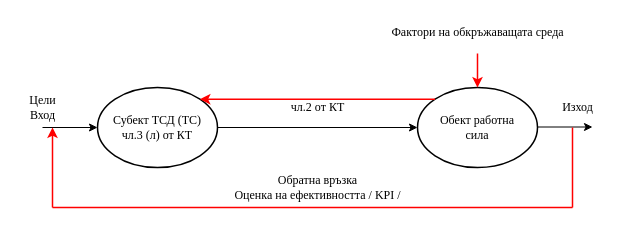
Earlier version of the draw.io diagram page "Фигура 3" (3 of 3) of Untitled Diagram.drawio (entirebg/webserver). Source tidied: cells renumbered, new cells numbered last; positions are measured from the earlier drawing's top-left corner, leaving out a move shared by most shapes. Both pictures are drawn from the tidied source at 100%, with x=0, y=0 at pixel (17, 17).
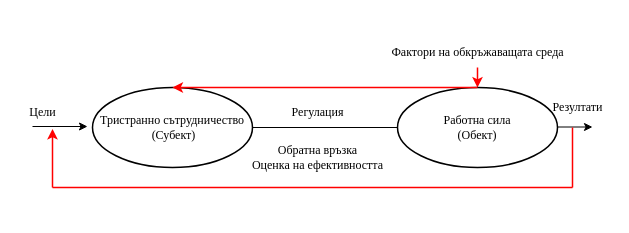
After the change.

Change to the diagram source:
```diff
@@
     <mxCell id="2" value="&lt;div&gt;Фактори на обкръжаващата среда&lt;/div&gt;" style="text;html=1;align=center;verticalAlign=middle;points=[];strokeColor=none;fillColor=none;fontFamily=Times New Roman;" parent="1" vertex="1">
-      <mxGeometry x="360" width="200" height="30" as="geometry" />
+      <mxGeometry x="360" y="20" width="200" height="30" as="geometry" />
     </mxCell>
-    <mxCell id="3" style="edgeStyle=orthogonalEdgeStyle;rounded=0;jettySize=auto;html=1;fontFamily=Times New Roman;" parent="1" edge="1" source="4" target="5">
-      <mxGeometry relative="1" as="geometry" />
+    <mxCell id="3" style="edgeStyle=orthogonalEdgeStyle;rounded=0;jettySize=auto;html=1;fontFamily=Times New Roman;" parent="1" edge="1" source="4">
+      <mxGeometry relative="1" as="geometry">
+        <mxPoint x="400" y="110" as="targetPoint" />
+      </mxGeometry>
     </mxCell>
-    <mxCell id="4" value="&lt;div&gt;Субект ТСД (ТС)&lt;/div&gt;&lt;div&gt;чл.3 (л) от КТ&lt;br&gt;&lt;/div&gt;" style="ellipse;whiteSpace=wrap;html=1;labelBackgroundColor=#ffffff;strokeWidth=1.5;fontFamily=Times New Roman;" parent="1" vertex="1">
-      <mxGeometry x="80" y="70" width="120" height="80" as="geometry" />
+    <mxCell id="4" value="&lt;div&gt;Тристранно сътрудничество&lt;/div&gt;&lt;div&gt;&amp;nbsp;(Субект)&lt;br&gt;&lt;/div&gt;" style="ellipse;whiteSpace=wrap;html=1;labelBackgroundColor=#ffffff;strokeWidth=1.5;fontFamily=Times New Roman;" parent="1" vertex="1">
+      <mxGeometry x="75" y="70" width="160" height="80" as="geometry" />
     </mxCell>
-    <mxCell id="5" value="&lt;div&gt;Обект работна &lt;br&gt;&lt;/div&gt;&lt;div&gt;сила&lt;br&gt;&lt;/div&gt;" style="ellipse;whiteSpace=wrap;html=1;labelBackgroundColor=#ffffff;strokeWidth=1.5;fontFamily=Times New Roman;" parent="1" vertex="1">
-      <mxGeometry x="400" y="70" width="120" height="80" as="geometry" />
-    </mxCell>
-    <mxCell id="6" value="чл.2 от КТ" style="text;html=1;align=center;verticalAlign=middle;strokeColor=none;fillColor=none;fontFamily=Times New Roman;rotation=0;" parent="1" vertex="1">
-      <mxGeometry x="260" y="75" width="80" height="30" as="geometry" />
+    <mxCell id="6" value="Регулация" style="text;html=1;align=center;verticalAlign=middle;strokeColor=none;fillColor=none;fontFamily=Times New Roman;rotation=0;" parent="1" vertex="1">
+      <mxGeometry x="260" y="80" width="80" height="30" as="geometry" />
     </mxCell>
     <mxCell id="7" style="endArrow=classic;html=1;rounded=0;fontFamily=Times New Roman;" parent="1" edge="1">
       <mxGeometry relative="1" as="geometry">
-        <mxPoint x="25" y="110" as="sourcePoint" />
-        <mxPoint x="80" y="110" as="targetPoint" />
+        <mxPoint x="15" y="109" as="sourcePoint" />
+        <mxPoint x="70" y="109" as="targetPoint" />
       </mxGeometry>
     </mxCell>
@@
     <mxCell id="9" style="endArrow=none;html=1;rounded=0;fontFamily=Times New Roman;strokeWidth=1.5;strokeColor=#FF0000;" parent="1" edge="1">
       <mxGeometry relative="1" as="geometry">
-        <mxPoint x="35" y="190" as="sourcePoint" />
-        <mxPoint x="555" y="190" as="targetPoint" />
+        <mxPoint x="35" y="170" as="sourcePoint" />
+        <mxPoint x="555" y="170" as="targetPoint" />
       </mxGeometry>
     </mxCell>
-    <mxCell id="10" value="&lt;div&gt;Обратна връзка&lt;/div&gt;&lt;div&gt;Оценка на ефективността / KPI / &lt;br&gt;&lt;/div&gt;" style="text;html=1;align=center;verticalAlign=middle;strokeColor=none;fillColor=none;fontFamily=Times New Roman;" parent="1" vertex="1">
-      <mxGeometry x="205" y="150" width="190" height="40" as="geometry" />
+    <mxCell id="10" value="&lt;div&gt;Обратна връзка&lt;/div&gt;&lt;div&gt;Оценка на ефективността &lt;br&gt;&lt;/div&gt;" style="text;html=1;align=center;verticalAlign=middle;strokeColor=none;fillColor=none;fontFamily=Times New Roman;" parent="1" vertex="1">
+      <mxGeometry x="225" y="120" width="150" height="40" as="geometry" />
     </mxCell>
-    <mxCell id="11" style="endArrow=classic;html=1;rounded=0;fontFamily=Times New Roman;strokeWidth=1.5;strokeColor=#FF0000;" parent="1" edge="1">
+    <mxCell id="11" style="endArrow=classic;html=1;rounded=0;fontFamily=Times New Roman;strokeWidth=1.5;strokeColor=#FF0000;entryX=0.7;entryY=1.05;entryDx=0;entryDy=0;entryPerimeter=0;" parent="1" edge="1" target="13">
       <mxGeometry relative="1" as="geometry">
-        <mxPoint x="35" y="190" as="sourcePoint" />
-        <mxPoint x="35" y="110" as="targetPoint" />
+        <mxPoint x="35" y="170" as="sourcePoint" />
+        <Array as="points">
+          <mxPoint x="35" y="140" />
+        </Array>
       </mxGeometry>
     </mxCell>
     <mxCell id="12" style="endArrow=none;html=1;rounded=0;fontFamily=Times New Roman;fontColor=#FF0000;strokeColor=#FF0000;strokeWidth=1.5;" parent="1" edge="1">
       <mxGeometry relative="1" as="geometry">
-        <mxPoint x="555" y="190" as="sourcePoint" />
+        <mxPoint x="555" y="170" as="sourcePoint" />
         <mxPoint x="555" y="110" as="targetPoint" />
       </mxGeometry>
     </mxCell>
-    <mxCell id="13" value="&lt;div&gt;Цели&lt;/div&gt;&lt;div&gt;Вход&lt;/div&gt;" style="text;html=1;align=center;verticalAlign=middle;points=[];strokeColor=none;fillColor=none;fontFamily=Times New Roman;" parent="1" vertex="1">
-      <mxGeometry y="70" width="50" height="40" as="geometry" />
+    <mxCell id="13" value="&lt;div&gt;Цели&lt;/div&gt;" style="text;html=1;align=center;verticalAlign=middle;points=[];strokeColor=none;fillColor=none;fontFamily=Times New Roman;" parent="1" vertex="1">
+      <mxGeometry y="80" width="50" height="30" as="geometry" />
     </mxCell>
-    <mxCell id="14" value="Изход" style="text;html=1;align=center;verticalAlign=middle;strokeColor=none;fillColor=none;fontFamily=Times New Roman;" parent="1" vertex="1">
-      <mxGeometry x="535" y="75" width="50" height="30" as="geometry" />
+    <mxCell id="14" value="Резултати" style="text;html=1;align=center;verticalAlign=middle;strokeColor=none;fillColor=none;fontFamily=Times New Roman;" parent="1" vertex="1">
+      <mxGeometry x="525" y="75" width="70" height="30" as="geometry" />
     </mxCell>
-    <mxCell id="15" style="endArrow=classic;html=1;rounded=0;fontFamily=Times New Roman;exitX=0.5;exitY=1.2;exitDx=0;exitDy=0;exitPerimeter=0;entryX=0.5;entryY=0;entryDx=0;entryDy=0;strokeWidth=1.5;strokeColor=#FF0000;" parent="1" edge="1" source="2" target="5">
-      <mxGeometry relative="1" as="geometry" />
+    <mxCell id="15" style="endArrow=classic;html=1;rounded=0;fontFamily=Times New Roman;entryX=0.5;entryY=0;entryDx=0;entryDy=0;strokeWidth=1.5;strokeColor=#FF0000;" parent="1" edge="1" source="2">
+      <mxGeometry relative="1" as="geometry">
+        <mxPoint x="460" y="70" as="targetPoint" />
+      </mxGeometry>
     </mxCell>
-    <mxCell id="16" style="endArrow=classic;html=1;rounded=0;fontFamily=Times New Roman;entryX=1;entryY=0;entryDx=0;entryDy=0;exitX=0;exitY=0;exitDx=0;exitDy=0;strokeWidth=1.5;strokeColor=#FF0000;" parent="1" edge="1" source="5" target="4">
-      <mxGeometry relative="1" as="geometry" />
-    </mxCell>
+    <mxCell id="17" value="&lt;div&gt;Работна сила &lt;br&gt;&lt;/div&gt;&lt;div&gt;(Обект)&lt;/div&gt;" style="ellipse;whiteSpace=wrap;html=1;labelBackgroundColor=#ffffff;strokeWidth=1.5;fontFamily=Times New Roman;" parent="1" vertex="1">
+      <mxGeometry x="380" y="70" width="160" height="80" as="geometry" />
+    </mxCell>
+    <mxCell id="18" style="endArrow=classic;html=1;rounded=0;fontSize=10;strokeColor=#FF0000;strokeWidth=1.5;exitX=0.5;exitY=0;exitDx=0;exitDy=0;entryX=0.5;entryY=0;entryDx=0;entryDy=0;" parent="1" edge="1" source="17" target="4">
+      <mxGeometry relative="1" as="geometry" />
+    </mxCell>
```
